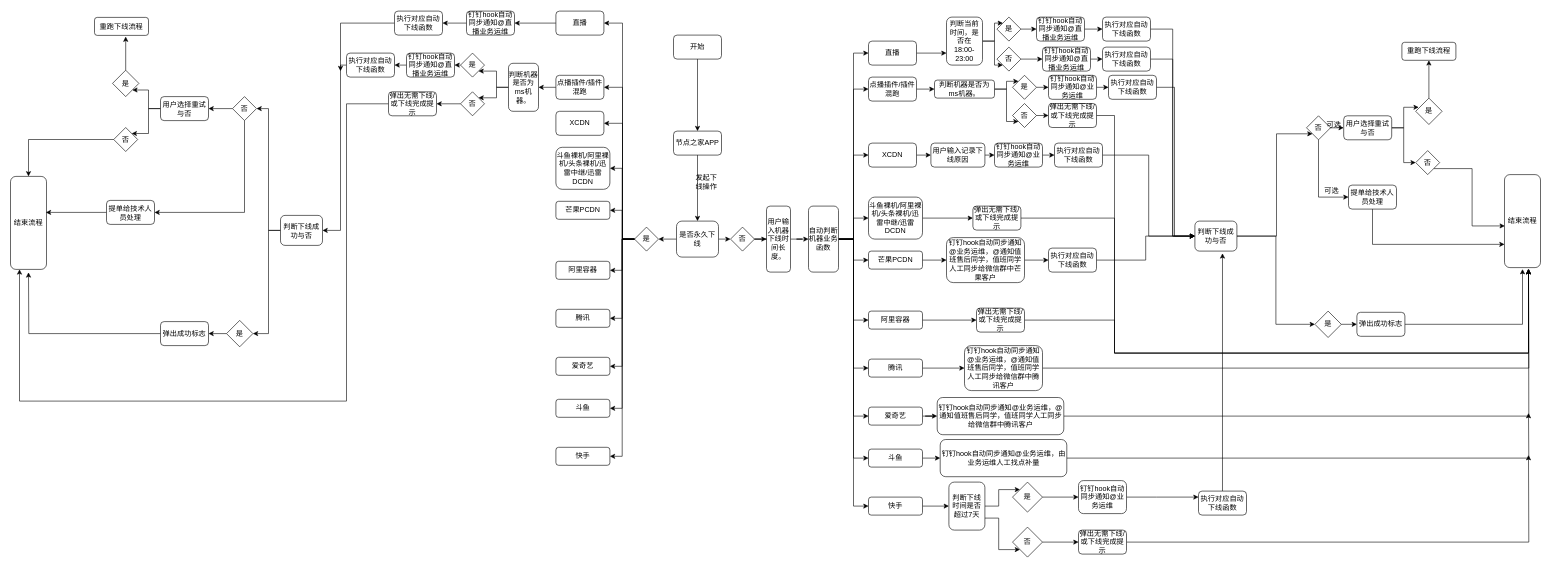
Before: Auto_Outline.drawio in Henryblankwu/untitled7, a draw.io diagram. Source tidied: cells renumbered, new cells numbered last; positions are measured from the earlier drawing's top-left corner, leaving out a move shared by most shapes. Both pictures are drawn from the tidied source at 60%, with x=0, y=0 at pixel (10, 11).
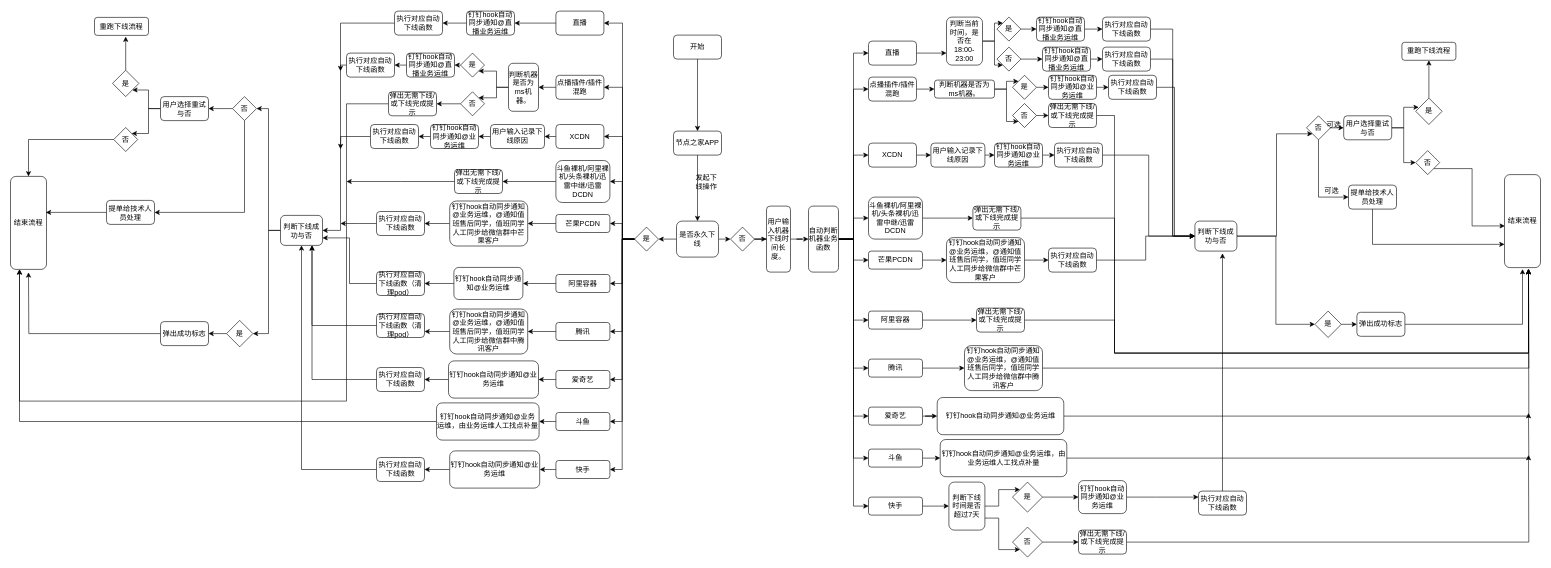
Above is the later version.

Unchanged cells that the change refers to:
```xml
<mxCell id="96" value="是" style="rhombus;whiteSpace=wrap;html=1;" parent="1" vertex="1">
  <mxGeometry x="1040" y="360" width="40" height="40" as="geometry" />
</mxCell>
<mxCell id="155" value="&lt;span&gt;判断下线成功与否&lt;/span&gt;" style="rounded=1;whiteSpace=wrap;html=1;" parent="1" vertex="1">
  <mxGeometry x="450" y="340.5" width="70" height="50" as="geometry" />
</mxCell>
<mxCell id="174" value="结束流程" style="rounded=1;whiteSpace=wrap;html=1;" parent="1" vertex="1">
  <mxGeometry y="275.5" width="60" height="155" as="geometry" />
</mxCell>
```

What changed in the source:
```diff
@@
     <mxCell id="93" style="edgeStyle=orthogonalEdgeStyle;rounded=0;jettySize=auto;html=1;exitX=0;exitY=0.5;exitDx=0;exitDy=0;entryX=1;entryY=0.5;entryDx=0;entryDy=0;" parent="1" edge="1" source="96" target="101">
       <mxGeometry relative="1" as="geometry">
         <Array as="points">
           <mxPoint x="1020" y="380" />
-          <mxPoint x="1020" y="187" />
+          <mxPoint x="1020" y="209" />
         </Array>
       </mxGeometry>
     </mxCell>
@@
+    <mxCell id="190" style="edgeStyle=orthogonalEdgeStyle;rounded=0;jettySize=auto;html=1;exitX=0;exitY=0.5;exitDx=0;exitDy=0;entryX=1;entryY=0.5;entryDx=0;entryDy=0;" parent="1" edge="1" source="101" target="199">
+      <mxGeometry relative="1" as="geometry" />
+    </mxCell>
     <mxCell id="101" value="XCDN" style="rounded=1;whiteSpace=wrap;html=1;" parent="1" vertex="1">
-      <mxGeometry x="909" y="167" width="80" height="40" as="geometry" />
+      <mxGeometry x="909" y="189" width="80" height="40" as="geometry" />
     </mxCell>
+    <mxCell id="191" style="edgeStyle=orthogonalEdgeStyle;rounded=0;jettySize=auto;html=1;exitX=0;exitY=0.5;exitDx=0;exitDy=0;entryX=1;entryY=0.5;entryDx=0;entryDy=0;" parent="1" edge="1" source="102" target="205">
+      <mxGeometry relative="1" as="geometry" />
+    </mxCell>
     <mxCell id="102" value="斗鱼裸机/阿里裸机/头条裸机/迅雷中继/迅雷DCDN" style="rounded=1;whiteSpace=wrap;html=1;" parent="1" vertex="1">
-      <mxGeometry x="909" y="227" width="90" height="70" as="geometry" />
+      <mxGeometry x="909" y="249" width="90" height="70" as="geometry" />
     </mxCell>
+    <mxCell id="192" style="edgeStyle=orthogonalEdgeStyle;rounded=0;jettySize=auto;html=1;exitX=0;exitY=0.5;exitDx=0;exitDy=0;entryX=1;entryY=0.5;entryDx=0;entryDy=0;" parent="1" edge="1" source="103" target="207">
+      <mxGeometry relative="1" as="geometry" />
+    </mxCell>
     <mxCell id="103" value="芒果PCDN" style="rounded=1;whiteSpace=wrap;html=1;" parent="1" vertex="1">
-      <mxGeometry x="909" y="317" width="90" height="30" as="geometry" />
+      <mxGeometry x="909" y="339" width="90" height="30" as="geometry" />
     </mxCell>
+    <mxCell id="193" style="edgeStyle=orthogonalEdgeStyle;rounded=0;jettySize=auto;html=1;exitX=0;exitY=0.5;exitDx=0;exitDy=0;entryX=1;entryY=0.5;entryDx=0;entryDy=0;" parent="1" edge="1" source="104" target="211">
+      <mxGeometry relative="1" as="geometry" />
+    </mxCell>
     <mxCell id="104" value="阿里容器" style="rounded=1;whiteSpace=wrap;html=1;" parent="1" vertex="1">
-      <mxGeometry x="909" y="417" width="90" height="30" as="geometry" />
+      <mxGeometry x="909" y="439" width="90" height="30" as="geometry" />
     </mxCell>
+    <mxCell id="194" style="edgeStyle=orthogonalEdgeStyle;rounded=0;jettySize=auto;html=1;exitX=0;exitY=0.5;exitDx=0;exitDy=0;entryX=1;entryY=0.5;entryDx=0;entryDy=0;" parent="1" edge="1" source="105" target="215">
+      <mxGeometry relative="1" as="geometry" />
+    </mxCell>
     <mxCell id="105" value="腾讯" style="rounded=1;whiteSpace=wrap;html=1;" parent="1" vertex="1">
-      <mxGeometry x="909" y="497" width="90" height="30" as="geometry" />
+      <mxGeometry x="909" y="519" width="90" height="30" as="geometry" />
     </mxCell>
+    <mxCell id="195" style="edgeStyle=orthogonalEdgeStyle;rounded=0;jettySize=auto;html=1;exitX=0;exitY=0.5;exitDx=0;exitDy=0;entryX=1;entryY=0.5;entryDx=0;entryDy=0;" parent="1" edge="1" source="106" target="219">
+      <mxGeometry relative="1" as="geometry" />
+    </mxCell>
     <mxCell id="106" value="爱奇艺" style="rounded=1;whiteSpace=wrap;html=1;" parent="1" vertex="1">
-      <mxGeometry x="909" y="577" width="90" height="30" as="geometry" />
+      <mxGeometry x="909" y="599" width="90" height="30" as="geometry" />
     </mxCell>
+    <mxCell id="196" style="edgeStyle=orthogonalEdgeStyle;rounded=0;jettySize=auto;html=1;exitX=0;exitY=0.5;exitDx=0;exitDy=0;entryX=1;entryY=0.5;entryDx=0;entryDy=0;" parent="1" edge="1" source="107" target="223">
+      <mxGeometry relative="1" as="geometry" />
+    </mxCell>
     <mxCell id="107" value="斗鱼" style="rounded=1;whiteSpace=wrap;html=1;" parent="1" vertex="1">
-      <mxGeometry x="909" y="647" width="90" height="30" as="geometry" />
+      <mxGeometry x="909" y="669" width="90" height="30" as="geometry" />
     </mxCell>
+    <mxCell id="197" style="edgeStyle=orthogonalEdgeStyle;rounded=0;jettySize=auto;html=1;exitX=0;exitY=0.5;exitDx=0;exitDy=0;entryX=1;entryY=0.5;entryDx=0;entryDy=0;" parent="1" edge="1" source="108" target="225">
+      <mxGeometry relative="1" as="geometry" />
+    </mxCell>
     <mxCell id="108" value="快手" style="rounded=1;whiteSpace=wrap;html=1;" parent="1" vertex="1">
-      <mxGeometry x="909" y="727" width="90" height="30" as="geometry" />
+      <mxGeometry x="909" y="749" width="90" height="30" as="geometry" />
     </mxCell>
@@
-    <mxCell id="131" value="钉钉hook自动同步通知@业务运维，@通知值班售后同学，值班同学人工同步给微信群中腾讯客户" style="rounded=1;whiteSpace=wrap;html=1;" parent="1" vertex="1">
+    <mxCell id="131" value="钉钉hook自动同步通知@业务运维" style="rounded=1;whiteSpace=wrap;html=1;" parent="1" vertex="1">
       <mxGeometry x="1544.5" y="644" width="211" height="62" as="geometry" />
     </mxCell>
@@
+    <mxCell id="198" style="edgeStyle=orthogonalEdgeStyle;rounded=0;jettySize=auto;html=1;exitX=0;exitY=0.5;exitDx=0;exitDy=0;entryX=1;entryY=0.5;entryDx=0;entryDy=0;" parent="1" edge="1" source="199" target="201">
+      <mxGeometry relative="1" as="geometry" />
+    </mxCell>
+    <mxCell id="199" value="用户输入记录下线原因" style="rounded=1;whiteSpace=wrap;html=1;" parent="1" vertex="1">
+      <mxGeometry x="800" y="189" width="90" height="40" as="geometry" />
+    </mxCell>
+    <mxCell id="200" style="edgeStyle=orthogonalEdgeStyle;rounded=0;jettySize=auto;html=1;exitX=0;exitY=0.5;exitDx=0;exitDy=0;entryX=1;entryY=0.5;entryDx=0;entryDy=0;" parent="1" edge="1" source="201" target="203">
+      <mxGeometry relative="1" as="geometry" />
+    </mxCell>
+    <mxCell id="201" value="钉钉hook自动同步通知@业务运维" style="rounded=1;whiteSpace=wrap;html=1;" parent="1" vertex="1">
+      <mxGeometry x="700" y="189" width="80" height="40" as="geometry" />
+    </mxCell>
+    <mxCell id="202" style="edgeStyle=orthogonalEdgeStyle;rounded=0;jettySize=auto;html=1;exitX=0;exitY=0.5;exitDx=0;exitDy=0;" parent="1" edge="1" source="203">
+      <mxGeometry relative="1" as="geometry">
+        <mxPoint x="550" y="230" as="targetPoint" />
+      </mxGeometry>
+    </mxCell>
+    <mxCell id="203" value="执行对应自动下线函数" style="rounded=1;whiteSpace=wrap;html=1;" parent="1" vertex="1">
+      <mxGeometry x="600" y="189" width="80" height="40" as="geometry" />
+    </mxCell>
+    <mxCell id="204" style="edgeStyle=orthogonalEdgeStyle;rounded=0;jettySize=auto;html=1;exitX=0;exitY=0.5;exitDx=0;exitDy=0;" parent="1" edge="1" source="205">
+      <mxGeometry relative="1" as="geometry">
+        <mxPoint x="560" y="284" as="targetPoint" />
+      </mxGeometry>
+    </mxCell>
+    <mxCell id="205" value="弹出无需下线/或下线完成提示" style="rounded=1;whiteSpace=wrap;html=1;" parent="1" vertex="1">
+      <mxGeometry x="740" y="264" width="80" height="40" as="geometry" />
+    </mxCell>
+    <mxCell id="206" style="edgeStyle=orthogonalEdgeStyle;rounded=0;jettySize=auto;html=1;exitX=0;exitY=0.5;exitDx=0;exitDy=0;entryX=1;entryY=0.5;entryDx=0;entryDy=0;" parent="1" edge="1" source="207" target="209">
+      <mxGeometry relative="1" as="geometry" />
+    </mxCell>
+    <mxCell id="207" value="钉钉hook自动同步通知@业务运维，@通知值班售后同学，值班同学人工同步给微信群中芒果客户" style="rounded=1;whiteSpace=wrap;html=1;" parent="1" vertex="1">
+      <mxGeometry x="732" y="316.5" width="130" height="75" as="geometry" />
+    </mxCell>
+    <mxCell id="208" style="edgeStyle=orthogonalEdgeStyle;rounded=0;jettySize=auto;html=1;exitX=0;exitY=0.5;exitDx=0;exitDy=0;" parent="1" edge="1" source="209">
+      <mxGeometry relative="1" as="geometry">
+        <mxPoint x="550" y="354" as="targetPoint" />
+      </mxGeometry>
+    </mxCell>
+    <mxCell id="209" value="执行对应自动下线函数" style="rounded=1;whiteSpace=wrap;html=1;" parent="1" vertex="1">
+      <mxGeometry x="610" y="334" width="80" height="40" as="geometry" />
+    </mxCell>
+    <mxCell id="210" style="edgeStyle=orthogonalEdgeStyle;rounded=0;jettySize=auto;html=1;exitX=0;exitY=0.5;exitDx=0;exitDy=0;entryX=1;entryY=0.5;entryDx=0;entryDy=0;" parent="1" edge="1" source="211" target="213">
+      <mxGeometry relative="1" as="geometry" />
+    </mxCell>
+    <mxCell id="211" value="钉钉hook自动同步通知@业务运维" style="rounded=1;whiteSpace=wrap;html=1;" parent="1" vertex="1">
+      <mxGeometry x="739" y="427.2" width="115" height="53.5" as="geometry" />
+    </mxCell>
+    <mxCell id="212" style="edgeStyle=orthogonalEdgeStyle;rounded=0;jettySize=auto;html=1;exitX=0;exitY=0.5;exitDx=0;exitDy=0;entryX=1;entryY=0.75;entryDx=0;entryDy=0;" parent="1" edge="1" source="213" target="155">
+      <mxGeometry relative="1" as="geometry" />
+    </mxCell>
+    <mxCell id="213" value="执行对应自动下线函数（清理pod）" style="rounded=1;whiteSpace=wrap;html=1;" parent="1" vertex="1">
+      <mxGeometry x="610" y="434" width="80" height="40" as="geometry" />
+    </mxCell>
+    <mxCell id="214" style="edgeStyle=orthogonalEdgeStyle;rounded=0;jettySize=auto;html=1;exitX=0;exitY=0.5;exitDx=0;exitDy=0;entryX=1;entryY=0.75;entryDx=0;entryDy=0;" parent="1" edge="1" source="215" target="217">
+      <mxGeometry relative="1" as="geometry" />
+    </mxCell>
+    <mxCell id="215" value="钉钉hook自动同步通知@业务运维，@通知值班售后同学，值班同学人工同步给微信群中腾讯客户" style="rounded=1;whiteSpace=wrap;html=1;" parent="1" vertex="1">
+      <mxGeometry x="732" y="496.5" width="130" height="75" as="geometry" />
+    </mxCell>
+    <mxCell id="216" style="edgeStyle=orthogonalEdgeStyle;rounded=0;jettySize=auto;html=1;exitX=0;exitY=0.5;exitDx=0;exitDy=0;entryX=0.75;entryY=1;entryDx=0;entryDy=0;" parent="1" edge="1" source="217" target="155">
+      <mxGeometry relative="1" as="geometry" />
+    </mxCell>
+    <mxCell id="217" value="执行对应自动下线函数（清理pod）" style="rounded=1;whiteSpace=wrap;html=1;" parent="1" vertex="1">
+      <mxGeometry x="610" y="504" width="80" height="40" as="geometry" />
+    </mxCell>
+    <mxCell id="218" style="edgeStyle=orthogonalEdgeStyle;rounded=0;jettySize=auto;html=1;exitX=0;exitY=0.5;exitDx=0;exitDy=0;entryX=1;entryY=0.5;entryDx=0;entryDy=0;" parent="1" edge="1" source="219" target="221">
+      <mxGeometry relative="1" as="geometry" />
+    </mxCell>
+    <mxCell id="219" value="钉钉hook自动同步通知@业务运维" style="rounded=1;whiteSpace=wrap;html=1;" parent="1" vertex="1">
+      <mxGeometry x="730" y="583" width="150" height="62" as="geometry" />
+    </mxCell>
+    <mxCell id="220" style="edgeStyle=orthogonalEdgeStyle;rounded=0;jettySize=auto;html=1;exitX=0;exitY=0.5;exitDx=0;exitDy=0;entryX=0.75;entryY=1;entryDx=0;entryDy=0;" parent="1" edge="1" source="221" target="155">
+      <mxGeometry relative="1" as="geometry" />
+    </mxCell>
+    <mxCell id="221" value="执行对应自动下线函数" style="rounded=1;whiteSpace=wrap;html=1;" parent="1" vertex="1">
+      <mxGeometry x="610" y="594" width="80" height="40" as="geometry" />
+    </mxCell>
+    <mxCell id="222" style="edgeStyle=orthogonalEdgeStyle;rounded=0;jettySize=auto;html=1;exitX=0;exitY=0.5;exitDx=0;exitDy=0;entryX=0.25;entryY=1;entryDx=0;entryDy=0;" parent="1" edge="1" source="223" target="174">
+      <mxGeometry relative="1" as="geometry" />
+    </mxCell>
+    <mxCell id="223" value="钉钉hook自动同步通知@业务运维，由业务运维人工找点补量" style="rounded=1;whiteSpace=wrap;html=1;" parent="1" vertex="1">
+      <mxGeometry x="710" y="653" width="171" height="62" as="geometry" />
+    </mxCell>
+    <mxCell id="224" style="edgeStyle=orthogonalEdgeStyle;rounded=0;jettySize=auto;html=1;exitX=0;exitY=0.5;exitDx=0;exitDy=0;entryX=1;entryY=0.5;entryDx=0;entryDy=0;" parent="1" edge="1" source="225" target="227">
+      <mxGeometry relative="1" as="geometry" />
+    </mxCell>
+    <mxCell id="225" value="钉钉hook自动同步通知@业务运维" style="rounded=1;whiteSpace=wrap;html=1;" parent="1" vertex="1">
+      <mxGeometry x="732" y="733" width="150" height="62" as="geometry" />
+    </mxCell>
+    <mxCell id="226" style="edgeStyle=orthogonalEdgeStyle;rounded=0;jettySize=auto;html=1;exitX=0;exitY=0.5;exitDx=0;exitDy=0;" parent="1" edge="1" source="227" target="155">
+      <mxGeometry relative="1" as="geometry" />
+    </mxCell>
+    <mxCell id="227" value="执行对应自动下线函数" style="rounded=1;whiteSpace=wrap;html=1;" parent="1" vertex="1">
+      <mxGeometry x="610" y="744" width="80" height="40" as="geometry" />
+    </mxCell>
```
